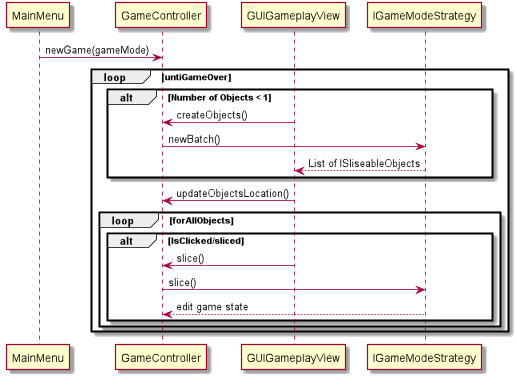
Earlier version of the PlantUML export Fruit-Ninja-GameplaySequence.png (zixa5824/FruitNinja). Its diagram source:
```plantuml
@startuml



MainMenu -> GameController: newGame(gameMode)


loop untiGameOver



alt Number of Objects < 1
    GUIGameplayView -> GameController: createObjects()
    GameController->IGameModeStrategy: newBatch()
    IGameModeStrategy --> GUIGameplayView: List of ISliseableObjects
end

GUIGameplayView -> GameController: updateObjectsLocation()

loop forAllObjects

alt IsClicked/sliced

    GUIGameplayView -> GameController: slice()
    GameController -> IGameModeStrategy: slice()
    IGameModeStrategy --> GameController: edit game state
end




end




end
@enduml
```
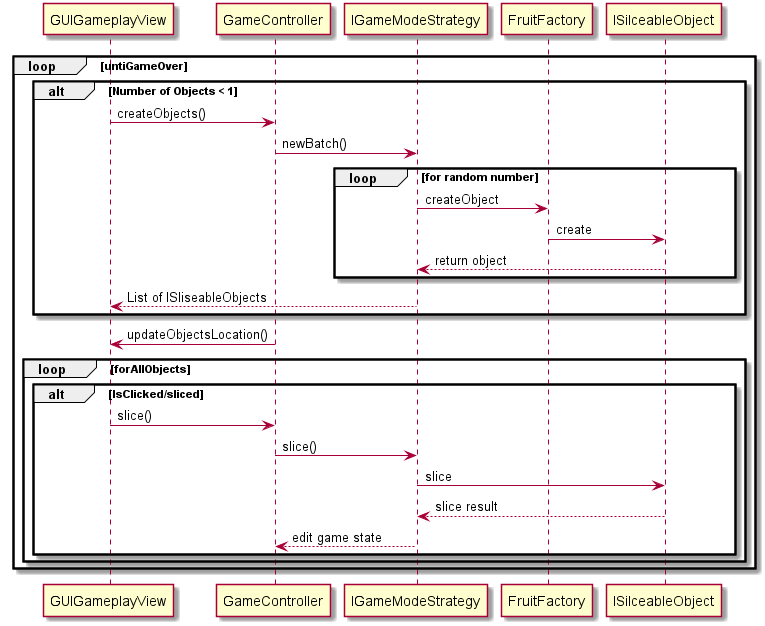
After the change.

The edit, as a diff of the source:
```diff
@@ -2,7 +2,6 @@
 
 
 
-MainMenu -> GameController: newGame(gameMode)
 
 
 loop untiGameOver
@@ -12,10 +11,19 @@
 alt Number of Objects < 1
     GUIGameplayView -> GameController: createObjects()
     GameController->IGameModeStrategy: newBatch()
+
+    loop for random number
+
+    IGameModeStrategy -> FruitFactory: createObject
+    FruitFactory -> ISilceableObject: create
+    ISilceableObject --> IGameModeStrategy: return object
+
+    end
+
     IGameModeStrategy --> GUIGameplayView: List of ISliseableObjects
 end
 
-GUIGameplayView -> GameController: updateObjectsLocation()
+GUIGameplayView <- GameController: updateObjectsLocation()
 
 loop forAllObjects
 
@@ -23,6 +31,12 @@
 
     GUIGameplayView -> GameController: slice()
     GameController -> IGameModeStrategy: slice()
+
+    IGameModeStrategy -> ISilceableObject: slice
+
+    ISilceableObject --> IGameModeStrategy: slice result
+
+
     IGameModeStrategy --> GameController: edit game state
 end
 
```
